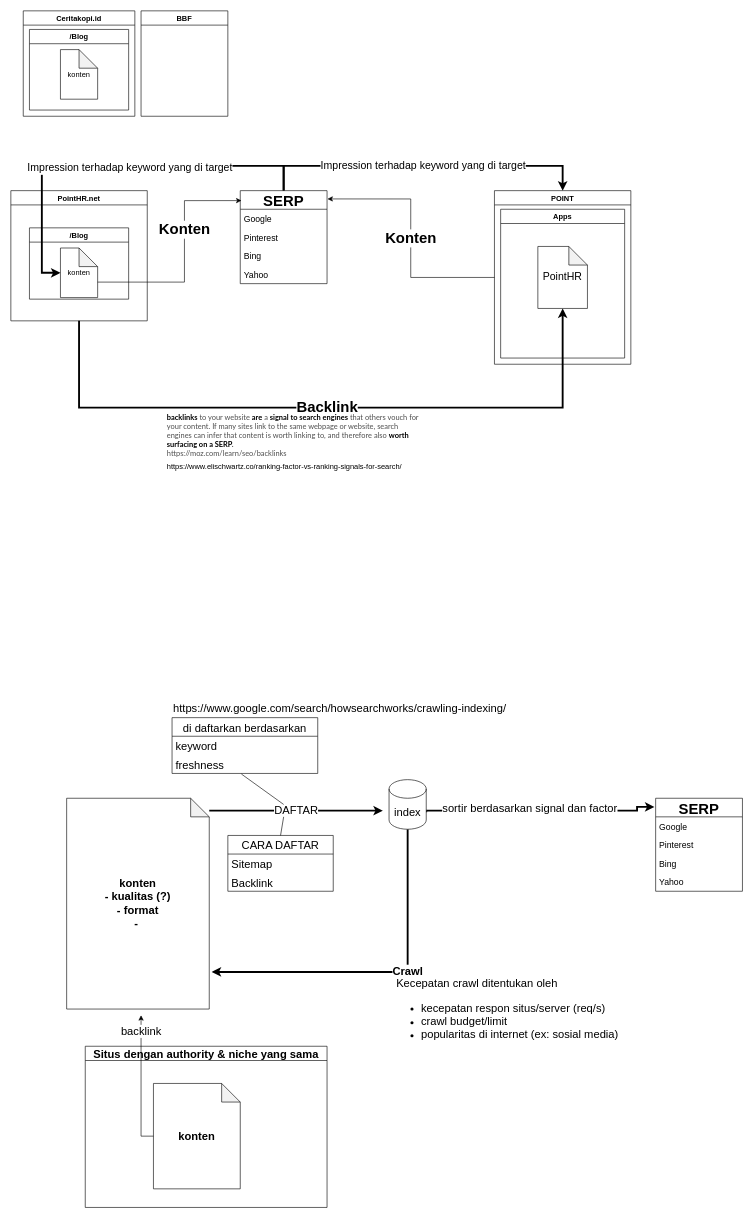
Above: Untitled Diagram.drawio in rizkiaprita/diagram (draw.io), before the change. Source tidied: cells renumbered, new cells numbered last; positions are measured from the earlier drawing's top-left corner, leaving out a move shared by most shapes. Both pictures are drawn from the tidied source at 62%, with x=0, y=0 at pixel (11, 11).
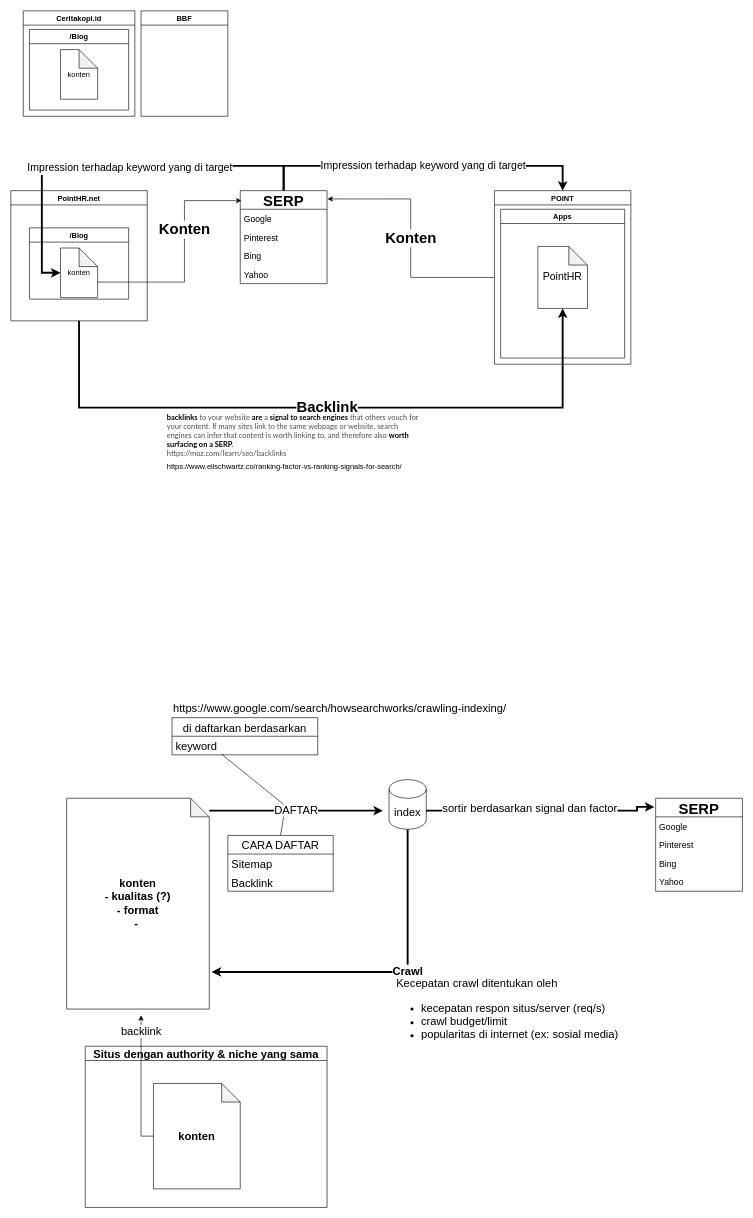
Above is the later version.

Unchanged cells that the change refers to:
```xml
<mxCell id="40" value="keyword" style="text;strokeColor=none;fillColor=none;align=left;verticalAlign=middle;spacingLeft=4;spacingRight=4;overflow=hidden;points=[[0,0.5],[1,0.5]];portConstraint=eastwest;fontSize=18;fontColor=#000000;" parent="39" vertex="1">
  <mxGeometry y="30" width="235" height="30" as="geometry" />
</mxCell>
```

The edit, as a diff of the source:
```diff
@@
     <mxCell id="39" value="di daftarkan berdasarkan" style="swimlane;fontStyle=0;horizontal=1;startSize=30;fontSize=18;fontColor=#000000;align=center;" parent="1" vertex="1">
-      <mxGeometry x="260" y="1140" width="235" height="90" as="geometry" />
+      <mxGeometry x="260" y="1140" width="235" height="60" as="geometry" />
     </mxCell>
@@
-    <mxCell id="41" value="freshness" style="text;strokeColor=none;fillColor=none;align=left;verticalAlign=middle;spacingLeft=4;spacingRight=4;overflow=hidden;points=[[0,0.5],[1,0.5]];portConstraint=eastwest;fontSize=18;fontColor=#000000;" parent="39" vertex="1">
-      <mxGeometry y="60" width="235" height="30" as="geometry" />
-    </mxCell>
-    <mxCell id="42" style="endArrow=none;html=1;rounded=0;fontSize=18;fontColor=#000000;strokeWidth=1;entryX=0.476;entryY=1.032;entryDx=0;entryDy=0;entryPerimeter=0;" parent="1" edge="1" target="41">
+    <mxCell id="42" style="endArrow=none;html=1;rounded=0;fontSize=18;fontColor=#000000;strokeWidth=1;entryX=0.34;entryY=0.962;entryDx=0;entryDy=0;entryPerimeter=0;" parent="1" edge="1" target="40">
       <mxGeometry relative="1" as="geometry">
         <mxPoint x="440" y="1280" as="sourcePoint" />
       </mxGeometry>
     </mxCell>
```
